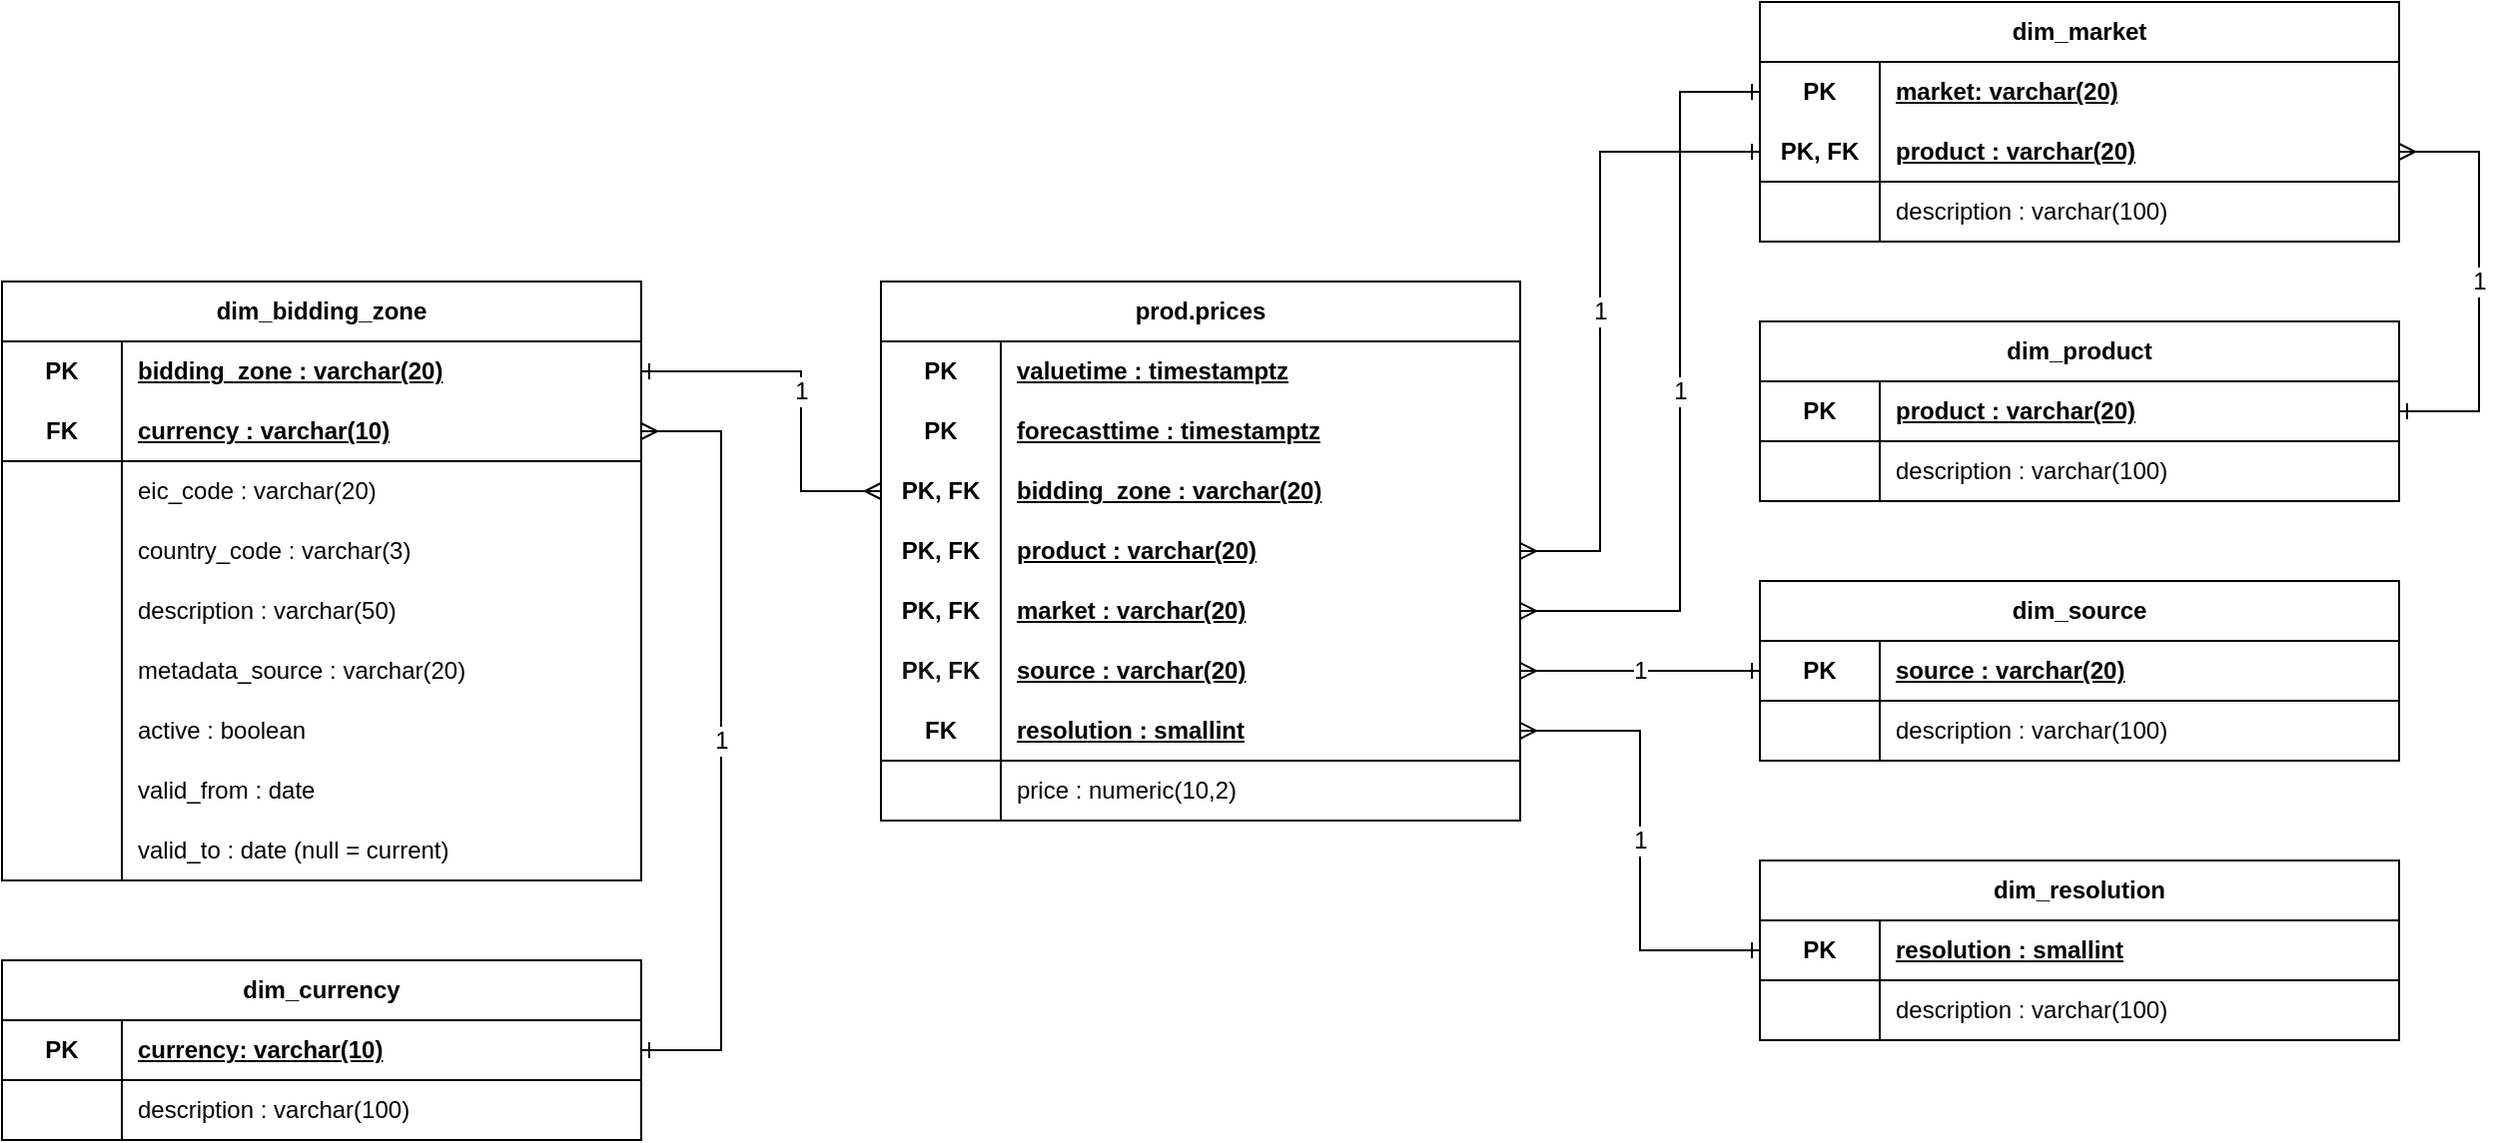
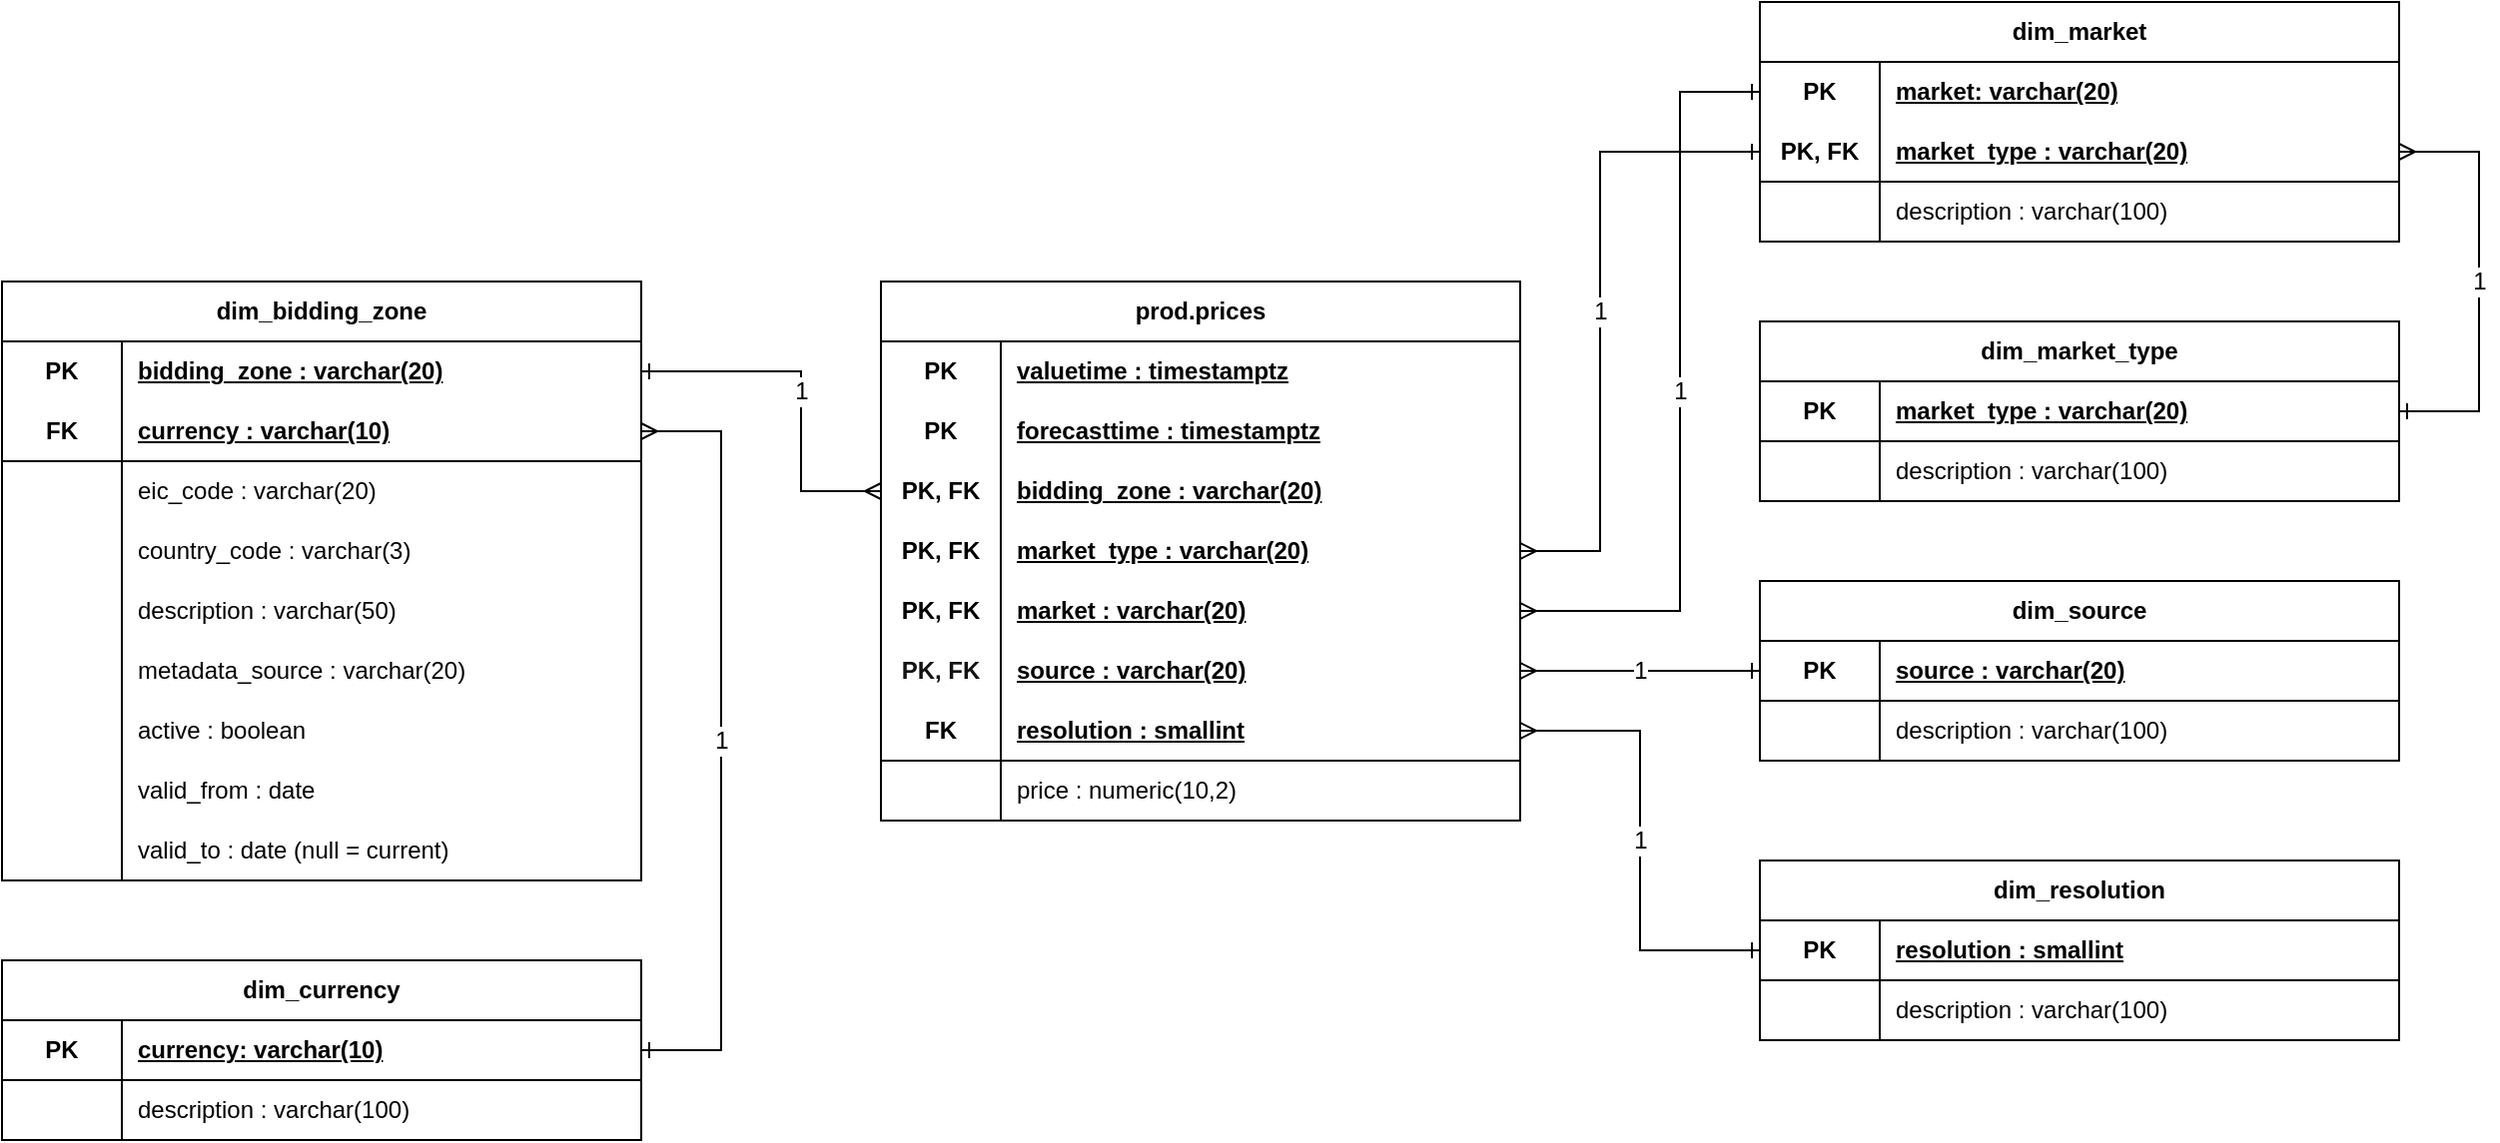
<mxfile host="65bd71144e">
    <diagram id="id-tables-design" name="ID Tables Design">
        <mxGraphModel dx="1644" dy="948" grid="1" gridSize="10" guides="1" tooltips="1" connect="1" arrows="1" fold="1" page="1" pageScale="1" pageWidth="1600" pageHeight="1100" math="0" shadow="0">
            <root>
                <mxCell id="0"/>
                <mxCell id="1" parent="0"/>
                <mxCell id="edge_bz" value="1" style="edgeStyle=orthogonalEdgeStyle;fontSize=12;html=1;endArrow=ERmany;startArrow=ERone;rounded=0;exitX=1;exitY=0.5;exitDx=0;exitDy=0;entryX=0;entryY=0.5;entryDx=0;entryDy=0;" parent="1" source="56TSn9BIdWG9HneFRk6m-61" target="56TSn9BIdWG9HneFRk6m-48" edge="1">
                    <mxGeometry relative="1" as="geometry">
                        <mxPoint x="360" y="-410" as="sourcePoint"/>
                        <mxPoint x="560" y="-171.79999999999995" as="targetPoint"/>
                        <Array as="points">
                            <mxPoint x="560" y="425"/>
                            <mxPoint x="560" y="485"/>
                        </Array>
                    </mxGeometry>
                </mxCell>
                <mxCell id="edge_prod_composite" value="1" style="edgeStyle=orthogonalEdgeStyle;fontSize=12;html=1;endArrow=ERmany;startArrow=ERone;rounded=0;exitX=0;exitY=0.5;exitDx=0;exitDy=0;entryX=1;entryY=0.5;entryDx=0;entryDy=0;" parent="1" source="56TSn9BIdWG9HneFRk6m-99" target="56TSn9BIdWG9HneFRk6m-51" edge="1">
                    <mxGeometry relative="1" as="geometry">
                        <Array as="points">
                            <mxPoint x="960" y="315"/>
                            <mxPoint x="960" y="515"/>
                        </Array>
                    </mxGeometry>
                </mxCell>
                <mxCell id="edge_market" value="1" style="fontSize=12;html=1;endArrow=ERmany;startArrow=ERone;rounded=0;exitX=0;exitY=0.5;exitDx=0;exitDy=0;edgeStyle=orthogonalEdgeStyle;entryX=1;entryY=0.5;entryDx=0;entryDy=0;" parent="1" source="56TSn9BIdWG9HneFRk6m-96" target="56TSn9BIdWG9HneFRk6m-2" edge="1">
                    <mxGeometry relative="1" as="geometry">
                        <Array as="points">
                            <mxPoint x="1000" y="285"/>
                            <mxPoint x="1000" y="545"/>
                        </Array>
                    </mxGeometry>
                </mxCell>
                <mxCell id="edge_source" value="1" style="edgeStyle=orthogonalEdgeStyle;fontSize=12;html=1;endArrow=ERmany;startArrow=ERone;rounded=0;exitX=0;exitY=0.5;exitDx=0;exitDy=0;entryX=1;entryY=0.5;entryDx=0;entryDy=0;" parent="1" source="56TSn9BIdWG9HneFRk6m-109" target="17" edge="1">
                    <mxGeometry relative="1" as="geometry"/>
                </mxCell>
                <mxCell id="edge_prod_market" value="1" style="edgeStyle=orthogonalEdgeStyle;fontSize=12;html=1;endArrow=ERmany;startArrow=ERone;rounded=0;exitX=1;exitY=0.5;exitDx=0;exitDy=0;entryX=1;entryY=0.5;entryDx=0;entryDy=0;" parent="1" source="56TSn9BIdWG9HneFRk6m-86" target="56TSn9BIdWG9HneFRk6m-99" edge="1">
                    <mxGeometry relative="1" as="geometry">
                        <Array as="points">
                            <mxPoint x="1400" y="445"/>
                            <mxPoint x="1400" y="315"/>
                        </Array>
                    </mxGeometry>
                </mxCell>
                <mxCell id="56TSn9BIdWG9HneFRk6m-1" value="prod.prices" style="shape=table;startSize=30;container=1;collapsible=1;childLayout=tableLayout;fixedRows=1;rowLines=0;fontStyle=1;align=center;resizeLast=1;html=1;whiteSpace=wrap;" parent="1" vertex="1">
                    <mxGeometry x="600" y="380" width="320" height="270" as="geometry"/>
                </mxCell>
                <mxCell id="56TSn9BIdWG9HneFRk6m-42" style="shape=tableRow;horizontal=0;startSize=0;swimlaneHead=0;swimlaneBody=0;fillColor=none;collapsible=0;dropTarget=0;points=[[0,0.5],[1,0.5]];portConstraint=eastwest;top=0;left=0;right=0;bottom=0;html=1;" parent="56TSn9BIdWG9HneFRk6m-1" vertex="1">
                    <mxGeometry y="30" width="320" height="30" as="geometry"/>
                </mxCell>
                <mxCell id="56TSn9BIdWG9HneFRk6m-43" value="PK" style="shape=partialRectangle;connectable=0;fillColor=none;top=0;left=0;bottom=0;right=0;fontStyle=1;overflow=hidden;html=1;whiteSpace=wrap;" parent="56TSn9BIdWG9HneFRk6m-42" vertex="1">
                    <mxGeometry width="60" height="30" as="geometry">
                        <mxRectangle width="60" height="30" as="alternateBounds"/>
                    </mxGeometry>
                </mxCell>
                <mxCell id="56TSn9BIdWG9HneFRk6m-44" value="valuetime : timestamptz" style="shape=partialRectangle;connectable=0;fillColor=none;top=0;left=0;bottom=0;right=0;align=left;spacingLeft=6;fontStyle=5;overflow=hidden;html=1;whiteSpace=wrap;" parent="56TSn9BIdWG9HneFRk6m-42" vertex="1">
                    <mxGeometry x="60" width="260" height="30" as="geometry">
                        <mxRectangle width="260" height="30" as="alternateBounds"/>
                    </mxGeometry>
                </mxCell>
                <mxCell id="56TSn9BIdWG9HneFRk6m-45" style="shape=tableRow;horizontal=0;startSize=0;swimlaneHead=0;swimlaneBody=0;fillColor=none;collapsible=0;dropTarget=0;points=[[0,0.5],[1,0.5]];portConstraint=eastwest;top=0;left=0;right=0;bottom=0;html=1;" parent="56TSn9BIdWG9HneFRk6m-1" vertex="1">
                    <mxGeometry y="60" width="320" height="30" as="geometry"/>
                </mxCell>
                <mxCell id="56TSn9BIdWG9HneFRk6m-46" value="PK" style="shape=partialRectangle;connectable=0;fillColor=none;top=0;left=0;bottom=0;right=0;fontStyle=1;overflow=hidden;html=1;whiteSpace=wrap;" parent="56TSn9BIdWG9HneFRk6m-45" vertex="1">
                    <mxGeometry width="60" height="30" as="geometry">
                        <mxRectangle width="60" height="30" as="alternateBounds"/>
                    </mxGeometry>
                </mxCell>
                <mxCell id="56TSn9BIdWG9HneFRk6m-47" value="forecasttime : timestamptz" style="shape=partialRectangle;connectable=0;fillColor=none;top=0;left=0;bottom=0;right=0;align=left;spacingLeft=6;fontStyle=5;overflow=hidden;html=1;whiteSpace=wrap;" parent="56TSn9BIdWG9HneFRk6m-45" vertex="1">
                    <mxGeometry x="60" width="260" height="30" as="geometry">
                        <mxRectangle width="260" height="30" as="alternateBounds"/>
                    </mxGeometry>
                </mxCell>
                <mxCell id="56TSn9BIdWG9HneFRk6m-48" style="shape=tableRow;horizontal=0;startSize=0;swimlaneHead=0;swimlaneBody=0;fillColor=none;collapsible=0;dropTarget=0;points=[[0,0.5],[1,0.5]];portConstraint=eastwest;top=0;left=0;right=0;bottom=0;html=1;" parent="56TSn9BIdWG9HneFRk6m-1" vertex="1">
                    <mxGeometry y="90" width="320" height="30" as="geometry"/>
                </mxCell>
                <mxCell id="56TSn9BIdWG9HneFRk6m-49" value="PK, FK" style="shape=partialRectangle;connectable=0;fillColor=none;top=0;left=0;bottom=0;right=0;fontStyle=1;overflow=hidden;html=1;whiteSpace=wrap;" parent="56TSn9BIdWG9HneFRk6m-48" vertex="1">
                    <mxGeometry width="60" height="30" as="geometry">
                        <mxRectangle width="60" height="30" as="alternateBounds"/>
                    </mxGeometry>
                </mxCell>
                <mxCell id="56TSn9BIdWG9HneFRk6m-50" value="bidding_zone : varchar(20)" style="shape=partialRectangle;connectable=0;fillColor=none;top=0;left=0;bottom=0;right=0;align=left;spacingLeft=6;fontStyle=5;overflow=hidden;html=1;whiteSpace=wrap;" parent="56TSn9BIdWG9HneFRk6m-48" vertex="1">
                    <mxGeometry x="60" width="260" height="30" as="geometry">
                        <mxRectangle width="260" height="30" as="alternateBounds"/>
                    </mxGeometry>
                </mxCell>
                <mxCell id="56TSn9BIdWG9HneFRk6m-51" style="shape=tableRow;horizontal=0;startSize=0;swimlaneHead=0;swimlaneBody=0;fillColor=none;collapsible=0;dropTarget=0;points=[[0,0.5],[1,0.5]];portConstraint=eastwest;top=0;left=0;right=0;bottom=0;html=1;" parent="56TSn9BIdWG9HneFRk6m-1" vertex="1">
                    <mxGeometry y="120" width="320" height="30" as="geometry"/>
                </mxCell>
                <mxCell id="56TSn9BIdWG9HneFRk6m-52" value="PK, FK" style="shape=partialRectangle;connectable=0;fillColor=none;top=0;left=0;bottom=0;right=0;fontStyle=1;overflow=hidden;html=1;whiteSpace=wrap;" parent="56TSn9BIdWG9HneFRk6m-51" vertex="1">
                    <mxGeometry width="60" height="30" as="geometry">
                        <mxRectangle width="60" height="30" as="alternateBounds"/>
                    </mxGeometry>
                </mxCell>
-                 <mxCell id="56TSn9BIdWG9HneFRk6m-53" value="product : varchar(20)" style="shape=partialRectangle;connectable=0;fillColor=none;top=0;left=0;bottom=0;right=0;align=left;spacingLeft=6;fontStyle=5;overflow=hidden;html=1;whiteSpace=wrap;" parent="56TSn9BIdWG9HneFRk6m-51" vertex="1">
+                 <mxCell id="56TSn9BIdWG9HneFRk6m-53" value="market_type : varchar(20)" style="shape=partialRectangle;connectable=0;fillColor=none;top=0;left=0;bottom=0;right=0;align=left;spacingLeft=6;fontStyle=5;overflow=hidden;html=1;whiteSpace=wrap;" parent="56TSn9BIdWG9HneFRk6m-51" vertex="1">
                    <mxGeometry x="60" width="260" height="30" as="geometry">
                        <mxRectangle width="260" height="30" as="alternateBounds"/>
                    </mxGeometry>
                </mxCell>
                <mxCell id="56TSn9BIdWG9HneFRk6m-2" value="" style="shape=tableRow;horizontal=0;startSize=0;swimlaneHead=0;swimlaneBody=0;fillColor=none;collapsible=0;dropTarget=0;points=[[0,0.5],[1,0.5]];portConstraint=eastwest;top=0;left=0;right=0;bottom=0;html=1;" parent="56TSn9BIdWG9HneFRk6m-1" vertex="1">
                    <mxGeometry y="150" width="320" height="30" as="geometry"/>
                </mxCell>
                <mxCell id="56TSn9BIdWG9HneFRk6m-3" value="PK, FK" style="shape=partialRectangle;connectable=0;fillColor=none;top=0;left=0;bottom=0;right=0;fontStyle=1;overflow=hidden;html=1;whiteSpace=wrap;" parent="56TSn9BIdWG9HneFRk6m-2" vertex="1">
                    <mxGeometry width="60" height="30" as="geometry">
                        <mxRectangle width="60" height="30" as="alternateBounds"/>
                    </mxGeometry>
                </mxCell>
                <mxCell id="56TSn9BIdWG9HneFRk6m-4" value="market : varchar(20)" style="shape=partialRectangle;connectable=0;fillColor=none;top=0;left=0;bottom=0;right=0;align=left;spacingLeft=6;fontStyle=5;overflow=hidden;html=1;whiteSpace=wrap;" parent="56TSn9BIdWG9HneFRk6m-2" vertex="1">
                    <mxGeometry x="60" width="260" height="30" as="geometry">
                        <mxRectangle width="260" height="30" as="alternateBounds"/>
                    </mxGeometry>
                </mxCell>
                <mxCell id="17" style="shape=tableRow;horizontal=0;startSize=0;swimlaneHead=0;swimlaneBody=0;fillColor=none;collapsible=0;dropTarget=0;points=[[0,0.5],[1,0.5]];portConstraint=eastwest;top=0;left=0;right=0;bottom=0;html=1;" parent="56TSn9BIdWG9HneFRk6m-1" vertex="1">
                    <mxGeometry y="180" width="320" height="30" as="geometry"/>
                </mxCell>
                <mxCell id="18" value="&lt;font color=&quot;#121212&quot;&gt;PK, FK&lt;/font&gt;" style="shape=partialRectangle;connectable=0;fillColor=none;top=0;left=0;bottom=0;right=0;fontStyle=1;overflow=hidden;html=1;whiteSpace=wrap;" parent="17" vertex="1">
                    <mxGeometry width="60" height="30" as="geometry">
                        <mxRectangle width="60" height="30" as="alternateBounds"/>
                    </mxGeometry>
                </mxCell>
                <mxCell id="19" value="source : varchar(20)" style="shape=partialRectangle;connectable=0;fillColor=none;top=0;left=0;bottom=0;right=0;align=left;spacingLeft=6;fontStyle=5;overflow=hidden;html=1;whiteSpace=wrap;" parent="17" vertex="1">
                    <mxGeometry x="60" width="260" height="30" as="geometry">
                        <mxRectangle width="260" height="30" as="alternateBounds"/>
                    </mxGeometry>
                </mxCell>
                <mxCell id="20" style="shape=tableRow;horizontal=0;startSize=0;swimlaneHead=0;swimlaneBody=0;fillColor=none;collapsible=0;dropTarget=0;points=[[0,0.5],[1,0.5]];portConstraint=eastwest;top=0;left=0;right=0;bottom=1;html=1;" parent="56TSn9BIdWG9HneFRk6m-1" vertex="1">
                    <mxGeometry y="210" width="320" height="30" as="geometry"/>
                </mxCell>
                <mxCell id="21" value="FK" style="shape=partialRectangle;connectable=0;fillColor=none;top=0;left=0;bottom=0;right=0;fontStyle=1;overflow=hidden;html=1;whiteSpace=wrap;" parent="20" vertex="1">
                    <mxGeometry width="60" height="30" as="geometry">
                        <mxRectangle width="60" height="30" as="alternateBounds"/>
                    </mxGeometry>
                </mxCell>
                <mxCell id="22" value="resolution : smallint" style="shape=partialRectangle;connectable=0;fillColor=none;top=0;left=0;bottom=0;right=0;align=left;spacingLeft=6;fontStyle=5;overflow=hidden;html=1;whiteSpace=wrap;" parent="20" vertex="1">
                    <mxGeometry x="60" width="260" height="30" as="geometry">
                        <mxRectangle width="260" height="30" as="alternateBounds"/>
                    </mxGeometry>
                </mxCell>
                <mxCell id="56TSn9BIdWG9HneFRk6m-54" style="shape=tableRow;horizontal=0;startSize=0;swimlaneHead=0;swimlaneBody=0;fillColor=none;collapsible=0;dropTarget=0;points=[[0,0.5],[1,0.5]];portConstraint=eastwest;top=0;left=0;right=0;bottom=0;html=1;" parent="56TSn9BIdWG9HneFRk6m-1" vertex="1">
                    <mxGeometry y="240" width="320" height="30" as="geometry"/>
                </mxCell>
                <mxCell id="56TSn9BIdWG9HneFRk6m-55" style="shape=partialRectangle;connectable=0;fillColor=none;top=0;left=0;bottom=0;right=0;editable=1;overflow=hidden;html=1;whiteSpace=wrap;" parent="56TSn9BIdWG9HneFRk6m-54" vertex="1">
                    <mxGeometry width="60" height="30" as="geometry">
                        <mxRectangle width="60" height="30" as="alternateBounds"/>
                    </mxGeometry>
                </mxCell>
                <mxCell id="56TSn9BIdWG9HneFRk6m-56" value="price : numeric(10,2)" style="shape=partialRectangle;connectable=0;fillColor=none;top=0;left=0;bottom=0;right=0;align=left;spacingLeft=6;overflow=hidden;html=1;whiteSpace=wrap;" parent="56TSn9BIdWG9HneFRk6m-54" vertex="1">
                    <mxGeometry x="60" width="260" height="30" as="geometry">
                        <mxRectangle width="260" height="30" as="alternateBounds"/>
                    </mxGeometry>
                </mxCell>
                <mxCell id="56TSn9BIdWG9HneFRk6m-57" value="dim_bidding_zone" style="shape=table;startSize=30;container=1;collapsible=1;childLayout=tableLayout;fixedRows=1;rowLines=0;fontStyle=1;align=center;resizeLast=1;html=1;whiteSpace=wrap;" parent="1" vertex="1">
                    <mxGeometry x="160" y="380" width="320" height="300" as="geometry"/>
                </mxCell>
                <mxCell id="56TSn9BIdWG9HneFRk6m-61" value="" style="shape=tableRow;horizontal=0;startSize=0;swimlaneHead=0;swimlaneBody=0;fillColor=none;collapsible=0;dropTarget=0;points=[[0,0.5],[1,0.5]];portConstraint=eastwest;top=0;left=0;right=0;bottom=0;html=1;" parent="56TSn9BIdWG9HneFRk6m-57" vertex="1">
                    <mxGeometry y="30" width="320" height="30" as="geometry"/>
                </mxCell>
                <mxCell id="56TSn9BIdWG9HneFRk6m-62" value="PK" style="shape=partialRectangle;connectable=0;fillColor=none;top=0;left=0;bottom=0;right=0;fontStyle=1;overflow=hidden;html=1;whiteSpace=wrap;" parent="56TSn9BIdWG9HneFRk6m-61" vertex="1">
                    <mxGeometry width="60" height="30" as="geometry">
                        <mxRectangle width="60" height="30" as="alternateBounds"/>
                    </mxGeometry>
                </mxCell>
                <mxCell id="56TSn9BIdWG9HneFRk6m-63" value="bidding_zone : varchar(20)" style="shape=partialRectangle;connectable=0;fillColor=none;top=0;left=0;bottom=0;right=0;align=left;spacingLeft=6;fontStyle=5;overflow=hidden;html=1;whiteSpace=wrap;" parent="56TSn9BIdWG9HneFRk6m-61" vertex="1">
                    <mxGeometry x="60" width="260" height="30" as="geometry">
                        <mxRectangle width="260" height="30" as="alternateBounds"/>
                    </mxGeometry>
                </mxCell>
                <mxCell id="dbz_row_currency" style="shape=tableRow;horizontal=0;startSize=0;swimlaneHead=0;swimlaneBody=0;fillColor=none;collapsible=0;dropTarget=0;points=[[0,0.5],[1,0.5]];portConstraint=eastwest;top=0;left=0;right=0;bottom=1;html=1;" parent="56TSn9BIdWG9HneFRk6m-57" vertex="1">
                    <mxGeometry y="60" width="320" height="30" as="geometry"/>
                </mxCell>
                <mxCell id="dbz_fk_currency" value="FK" style="shape=partialRectangle;connectable=0;fillColor=none;top=0;left=0;bottom=0;right=0;fontStyle=1;overflow=hidden;html=1;whiteSpace=wrap;" parent="dbz_row_currency" vertex="1">
                    <mxGeometry width="60" height="30" as="geometry">
                        <mxRectangle width="60" height="30" as="alternateBounds"/>
                    </mxGeometry>
                </mxCell>
                <mxCell id="dbz_val_currency" value="currency : varchar(10)" style="shape=partialRectangle;connectable=0;fillColor=none;top=0;left=0;bottom=0;right=0;align=left;spacingLeft=6;fontStyle=5;overflow=hidden;html=1;whiteSpace=wrap;" parent="dbz_row_currency" vertex="1">
                    <mxGeometry x="60" width="260" height="30" as="geometry">
                        <mxRectangle width="260" height="30" as="alternateBounds"/>
                    </mxGeometry>
                </mxCell>
                <mxCell id="dbz_row_valid_from" style="shape=tableRow;horizontal=0;startSize=0;swimlaneHead=0;swimlaneBody=0;fillColor=none;collapsible=0;dropTarget=0;points=[[0,0.5],[1,0.5]];portConstraint=eastwest;top=0;left=0;right=0;bottom=0;html=1;" parent="56TSn9BIdWG9HneFRk6m-57" vertex="1">
                    <mxGeometry y="90" width="320" height="30" as="geometry"/>
                </mxCell>
                <mxCell id="dbz_lbl_valid_from" value="" style="shape=partialRectangle;connectable=0;fillColor=none;top=0;left=0;bottom=0;right=0;editable=1;overflow=hidden;html=1;whiteSpace=wrap;" parent="dbz_row_valid_from" vertex="1">
                    <mxGeometry width="60" height="30" as="geometry">
                        <mxRectangle width="60" height="30" as="alternateBounds"/>
                    </mxGeometry>
                </mxCell>
                <mxCell id="dbz_val_valid_from" value="eic_code : varchar(20)" style="shape=partialRectangle;connectable=0;fillColor=none;top=0;left=0;bottom=0;right=0;align=left;spacingLeft=6;overflow=hidden;html=1;whiteSpace=wrap;" parent="dbz_row_valid_from" vertex="1">
                    <mxGeometry x="60" width="260" height="30" as="geometry">
                        <mxRectangle width="260" height="30" as="alternateBounds"/>
                    </mxGeometry>
                </mxCell>
                <mxCell id="43" style="shape=tableRow;horizontal=0;startSize=0;swimlaneHead=0;swimlaneBody=0;fillColor=none;collapsible=0;dropTarget=0;points=[[0,0.5],[1,0.5]];portConstraint=eastwest;top=0;left=0;right=0;bottom=0;html=1;" vertex="1" parent="56TSn9BIdWG9HneFRk6m-57">
                    <mxGeometry y="120" width="320" height="30" as="geometry"/>
                </mxCell>
                <mxCell id="44" style="shape=partialRectangle;connectable=0;fillColor=none;top=0;left=0;bottom=0;right=0;editable=1;overflow=hidden;html=1;whiteSpace=wrap;" vertex="1" parent="43">
                    <mxGeometry width="60" height="30" as="geometry">
                        <mxRectangle width="60" height="30" as="alternateBounds"/>
                    </mxGeometry>
                </mxCell>
                <mxCell id="45" value="country_code : varchar(3)" style="shape=partialRectangle;connectable=0;fillColor=none;top=0;left=0;bottom=0;right=0;align=left;spacingLeft=6;overflow=hidden;html=1;whiteSpace=wrap;" vertex="1" parent="43">
                    <mxGeometry x="60" width="260" height="30" as="geometry">
                        <mxRectangle width="260" height="30" as="alternateBounds"/>
                    </mxGeometry>
                </mxCell>
                <mxCell id="40" style="shape=tableRow;horizontal=0;startSize=0;swimlaneHead=0;swimlaneBody=0;fillColor=none;collapsible=0;dropTarget=0;points=[[0,0.5],[1,0.5]];portConstraint=eastwest;top=0;left=0;right=0;bottom=0;html=1;" vertex="1" parent="56TSn9BIdWG9HneFRk6m-57">
                    <mxGeometry y="150" width="320" height="30" as="geometry"/>
                </mxCell>
                <mxCell id="41" style="shape=partialRectangle;connectable=0;fillColor=none;top=0;left=0;bottom=0;right=0;editable=1;overflow=hidden;html=1;whiteSpace=wrap;" vertex="1" parent="40">
                    <mxGeometry width="60" height="30" as="geometry">
                        <mxRectangle width="60" height="30" as="alternateBounds"/>
                    </mxGeometry>
                </mxCell>
                <mxCell id="42" value="description : varchar(50)" style="shape=partialRectangle;connectable=0;fillColor=none;top=0;left=0;bottom=0;right=0;align=left;spacingLeft=6;overflow=hidden;html=1;whiteSpace=wrap;" vertex="1" parent="40">
                    <mxGeometry x="60" width="260" height="30" as="geometry">
                        <mxRectangle width="260" height="30" as="alternateBounds"/>
                    </mxGeometry>
                </mxCell>
                <mxCell id="37" style="shape=tableRow;horizontal=0;startSize=0;swimlaneHead=0;swimlaneBody=0;fillColor=none;collapsible=0;dropTarget=0;points=[[0,0.5],[1,0.5]];portConstraint=eastwest;top=0;left=0;right=0;bottom=0;html=1;" vertex="1" parent="56TSn9BIdWG9HneFRk6m-57">
                    <mxGeometry y="180" width="320" height="30" as="geometry"/>
                </mxCell>
                <mxCell id="38" style="shape=partialRectangle;connectable=0;fillColor=none;top=0;left=0;bottom=0;right=0;editable=1;overflow=hidden;html=1;whiteSpace=wrap;" vertex="1" parent="37">
                    <mxGeometry width="60" height="30" as="geometry">
                        <mxRectangle width="60" height="30" as="alternateBounds"/>
                    </mxGeometry>
                </mxCell>
                <mxCell id="39" value="metadata_source : varchar(20)" style="shape=partialRectangle;connectable=0;fillColor=none;top=0;left=0;bottom=0;right=0;align=left;spacingLeft=6;overflow=hidden;html=1;whiteSpace=wrap;" vertex="1" parent="37">
                    <mxGeometry x="60" width="260" height="30" as="geometry">
                        <mxRectangle width="260" height="30" as="alternateBounds"/>
                    </mxGeometry>
                </mxCell>
                <mxCell id="34" style="shape=tableRow;horizontal=0;startSize=0;swimlaneHead=0;swimlaneBody=0;fillColor=none;collapsible=0;dropTarget=0;points=[[0,0.5],[1,0.5]];portConstraint=eastwest;top=0;left=0;right=0;bottom=0;html=1;" vertex="1" parent="56TSn9BIdWG9HneFRk6m-57">
                    <mxGeometry y="210" width="320" height="30" as="geometry"/>
                </mxCell>
                <mxCell id="35" style="shape=partialRectangle;connectable=0;fillColor=none;top=0;left=0;bottom=0;right=0;editable=1;overflow=hidden;html=1;whiteSpace=wrap;" vertex="1" parent="34">
                    <mxGeometry width="60" height="30" as="geometry">
                        <mxRectangle width="60" height="30" as="alternateBounds"/>
                    </mxGeometry>
                </mxCell>
                <mxCell id="36" value="active : boolean" style="shape=partialRectangle;connectable=0;fillColor=none;top=0;left=0;bottom=0;right=0;align=left;spacingLeft=6;overflow=hidden;html=1;whiteSpace=wrap;" vertex="1" parent="34">
                    <mxGeometry x="60" width="260" height="30" as="geometry">
                        <mxRectangle width="260" height="30" as="alternateBounds"/>
                    </mxGeometry>
                </mxCell>
                <mxCell id="31" style="shape=tableRow;horizontal=0;startSize=0;swimlaneHead=0;swimlaneBody=0;fillColor=none;collapsible=0;dropTarget=0;points=[[0,0.5],[1,0.5]];portConstraint=eastwest;top=0;left=0;right=0;bottom=0;html=1;" vertex="1" parent="56TSn9BIdWG9HneFRk6m-57">
                    <mxGeometry y="240" width="320" height="30" as="geometry"/>
                </mxCell>
                <mxCell id="32" style="shape=partialRectangle;connectable=0;fillColor=none;top=0;left=0;bottom=0;right=0;editable=1;overflow=hidden;html=1;whiteSpace=wrap;" vertex="1" parent="31">
                    <mxGeometry width="60" height="30" as="geometry">
                        <mxRectangle width="60" height="30" as="alternateBounds"/>
                    </mxGeometry>
                </mxCell>
                <mxCell id="33" value="valid_from : date" style="shape=partialRectangle;connectable=0;fillColor=none;top=0;left=0;bottom=0;right=0;align=left;spacingLeft=6;overflow=hidden;html=1;whiteSpace=wrap;" vertex="1" parent="31">
                    <mxGeometry x="60" width="260" height="30" as="geometry">
                        <mxRectangle width="260" height="30" as="alternateBounds"/>
                    </mxGeometry>
                </mxCell>
                <mxCell id="dbz_row_valid_to" style="shape=tableRow;horizontal=0;startSize=0;swimlaneHead=0;swimlaneBody=0;fillColor=none;collapsible=0;dropTarget=0;points=[[0,0.5],[1,0.5]];portConstraint=eastwest;top=0;left=0;right=0;bottom=0;html=1;" parent="56TSn9BIdWG9HneFRk6m-57" vertex="1">
                    <mxGeometry y="270" width="320" height="30" as="geometry"/>
                </mxCell>
                <mxCell id="dbz_lbl_valid_to" value="" style="shape=partialRectangle;connectable=0;fillColor=none;top=0;left=0;bottom=0;right=0;editable=1;overflow=hidden;html=1;whiteSpace=wrap;" parent="dbz_row_valid_to" vertex="1">
                    <mxGeometry width="60" height="30" as="geometry">
                        <mxRectangle width="60" height="30" as="alternateBounds"/>
                    </mxGeometry>
                </mxCell>
                <mxCell id="dbz_val_valid_to" value="valid_to : date (null = current)" style="shape=partialRectangle;connectable=0;fillColor=none;top=0;left=0;bottom=0;right=0;align=left;spacingLeft=6;overflow=hidden;html=1;whiteSpace=wrap;" parent="dbz_row_valid_to" vertex="1">
                    <mxGeometry x="60" width="260" height="30" as="geometry">
                        <mxRectangle width="260" height="30" as="alternateBounds"/>
                    </mxGeometry>
                </mxCell>
-                 <mxCell id="56TSn9BIdWG9HneFRk6m-82" value="dim_product" style="shape=table;startSize=30;container=1;collapsible=1;childLayout=tableLayout;fixedRows=1;rowLines=0;fontStyle=1;align=center;resizeLast=1;html=1;whiteSpace=wrap;" parent="1" vertex="1">
+                 <mxCell id="56TSn9BIdWG9HneFRk6m-82" value="dim_market_type" style="shape=table;startSize=30;container=1;collapsible=1;childLayout=tableLayout;fixedRows=1;rowLines=0;fontStyle=1;align=center;resizeLast=1;html=1;whiteSpace=wrap;" parent="1" vertex="1">
                    <mxGeometry x="1040" y="400" width="320" height="90" as="geometry"/>
                </mxCell>
                <mxCell id="56TSn9BIdWG9HneFRk6m-86" value="" style="shape=tableRow;horizontal=0;startSize=0;swimlaneHead=0;swimlaneBody=0;fillColor=none;collapsible=0;dropTarget=0;points=[[0,0.5],[1,0.5]];portConstraint=eastwest;top=0;left=0;right=0;bottom=1;html=1;" parent="56TSn9BIdWG9HneFRk6m-82" vertex="1">
                    <mxGeometry y="30" width="320" height="30" as="geometry"/>
                </mxCell>
                <mxCell id="56TSn9BIdWG9HneFRk6m-87" value="PK" style="shape=partialRectangle;connectable=0;fillColor=none;top=0;left=0;bottom=0;right=0;fontStyle=1;overflow=hidden;html=1;whiteSpace=wrap;" parent="56TSn9BIdWG9HneFRk6m-86" vertex="1">
                    <mxGeometry width="60" height="30" as="geometry">
                        <mxRectangle width="60" height="30" as="alternateBounds"/>
                    </mxGeometry>
                </mxCell>
-                 <mxCell id="56TSn9BIdWG9HneFRk6m-88" value="product : varchar(20)" style="shape=partialRectangle;connectable=0;fillColor=none;top=0;left=0;bottom=0;right=0;align=left;spacingLeft=6;fontStyle=5;overflow=hidden;html=1;whiteSpace=wrap;" parent="56TSn9BIdWG9HneFRk6m-86" vertex="1">
+                 <mxCell id="56TSn9BIdWG9HneFRk6m-88" value="market_type : varchar(20)" style="shape=partialRectangle;connectable=0;fillColor=none;top=0;left=0;bottom=0;right=0;align=left;spacingLeft=6;fontStyle=5;overflow=hidden;html=1;whiteSpace=wrap;" parent="56TSn9BIdWG9HneFRk6m-86" vertex="1">
                    <mxGeometry x="60" width="260" height="30" as="geometry">
                        <mxRectangle width="260" height="30" as="alternateBounds"/>
                    </mxGeometry>
                </mxCell>
                <mxCell id="56TSn9BIdWG9HneFRk6m-89" value="" style="shape=tableRow;horizontal=0;startSize=0;swimlaneHead=0;swimlaneBody=0;fillColor=none;collapsible=0;dropTarget=0;points=[[0,0.5],[1,0.5]];portConstraint=eastwest;top=0;left=0;right=0;bottom=0;html=1;" parent="56TSn9BIdWG9HneFRk6m-82" vertex="1">
                    <mxGeometry y="60" width="320" height="30" as="geometry"/>
                </mxCell>
                <mxCell id="56TSn9BIdWG9HneFRk6m-90" value="" style="shape=partialRectangle;connectable=0;fillColor=none;top=0;left=0;bottom=0;right=0;editable=1;overflow=hidden;html=1;whiteSpace=wrap;" parent="56TSn9BIdWG9HneFRk6m-89" vertex="1">
                    <mxGeometry width="60" height="30" as="geometry">
                        <mxRectangle width="60" height="30" as="alternateBounds"/>
                    </mxGeometry>
                </mxCell>
                <mxCell id="56TSn9BIdWG9HneFRk6m-91" value="&lt;span style=&quot;white-space: nowrap;&quot;&gt;description : varchar(100)&lt;/span&gt;" style="shape=partialRectangle;connectable=0;fillColor=none;top=0;left=0;bottom=0;right=0;align=left;spacingLeft=6;overflow=hidden;html=1;whiteSpace=wrap;" parent="56TSn9BIdWG9HneFRk6m-89" vertex="1">
                    <mxGeometry x="60" width="260" height="30" as="geometry">
                        <mxRectangle width="260" height="30" as="alternateBounds"/>
                    </mxGeometry>
                </mxCell>
                <mxCell id="56TSn9BIdWG9HneFRk6m-95" value="dim_market" style="shape=table;startSize=30;container=1;collapsible=1;childLayout=tableLayout;fixedRows=1;rowLines=0;fontStyle=1;align=center;resizeLast=1;html=1;whiteSpace=wrap;" parent="1" vertex="1">
                    <mxGeometry x="1040" y="240" width="320" height="120" as="geometry"/>
                </mxCell>
                <mxCell id="56TSn9BIdWG9HneFRk6m-96" value="" style="shape=tableRow;horizontal=0;startSize=0;swimlaneHead=0;swimlaneBody=0;fillColor=none;collapsible=0;dropTarget=0;points=[[0,0.5],[1,0.5]];portConstraint=eastwest;top=0;left=0;right=0;bottom=0;html=1;" parent="56TSn9BIdWG9HneFRk6m-95" vertex="1">
                    <mxGeometry y="30" width="320" height="30" as="geometry"/>
                </mxCell>
                <mxCell id="56TSn9BIdWG9HneFRk6m-97" value="PK" style="shape=partialRectangle;connectable=0;fillColor=none;top=0;left=0;bottom=0;right=0;fontStyle=1;overflow=hidden;html=1;whiteSpace=wrap;" parent="56TSn9BIdWG9HneFRk6m-96" vertex="1">
                    <mxGeometry width="60" height="30" as="geometry">
                        <mxRectangle width="60" height="30" as="alternateBounds"/>
                    </mxGeometry>
                </mxCell>
                <mxCell id="56TSn9BIdWG9HneFRk6m-98" value="market: varchar(20)" style="shape=partialRectangle;connectable=0;fillColor=none;top=0;left=0;bottom=0;right=0;align=left;spacingLeft=6;fontStyle=5;overflow=hidden;html=1;whiteSpace=wrap;" parent="56TSn9BIdWG9HneFRk6m-96" vertex="1">
                    <mxGeometry x="60" width="260" height="30" as="geometry">
                        <mxRectangle width="260" height="30" as="alternateBounds"/>
                    </mxGeometry>
                </mxCell>
                <mxCell id="56TSn9BIdWG9HneFRk6m-99" value="" style="shape=tableRow;horizontal=0;startSize=0;swimlaneHead=0;swimlaneBody=0;fillColor=none;collapsible=0;dropTarget=0;points=[[0,0.5],[1,0.5]];portConstraint=eastwest;top=0;left=0;right=0;bottom=1;html=1;" parent="56TSn9BIdWG9HneFRk6m-95" vertex="1">
                    <mxGeometry y="60" width="320" height="30" as="geometry"/>
                </mxCell>
                <mxCell id="56TSn9BIdWG9HneFRk6m-100" value="PK, FK" style="shape=partialRectangle;connectable=0;fillColor=none;top=0;left=0;bottom=0;right=0;fontStyle=1;overflow=hidden;html=1;whiteSpace=wrap;" parent="56TSn9BIdWG9HneFRk6m-99" vertex="1">
                    <mxGeometry width="60" height="30" as="geometry">
                        <mxRectangle width="60" height="30" as="alternateBounds"/>
                    </mxGeometry>
                </mxCell>
-                 <mxCell id="56TSn9BIdWG9HneFRk6m-101" value="&lt;span style=&quot;white-space: nowrap;&quot;&gt;product : varchar(20)&lt;/span&gt;" style="shape=partialRectangle;connectable=0;fillColor=none;top=0;left=0;bottom=0;right=0;align=left;spacingLeft=6;fontStyle=5;overflow=hidden;html=1;whiteSpace=wrap;" parent="56TSn9BIdWG9HneFRk6m-99" vertex="1">
+                 <mxCell id="56TSn9BIdWG9HneFRk6m-101" value="&lt;span style=&quot;white-space: nowrap;&quot;&gt;market_type : varchar(20)&lt;/span&gt;" style="shape=partialRectangle;connectable=0;fillColor=none;top=0;left=0;bottom=0;right=0;align=left;spacingLeft=6;fontStyle=5;overflow=hidden;html=1;whiteSpace=wrap;" parent="56TSn9BIdWG9HneFRk6m-99" vertex="1">
                    <mxGeometry x="60" width="260" height="30" as="geometry">
                        <mxRectangle width="260" height="30" as="alternateBounds"/>
                    </mxGeometry>
                </mxCell>
                <mxCell id="56TSn9BIdWG9HneFRk6m-105" style="shape=tableRow;horizontal=0;startSize=0;swimlaneHead=0;swimlaneBody=0;fillColor=none;collapsible=0;dropTarget=0;points=[[0,0.5],[1,0.5]];portConstraint=eastwest;top=0;left=0;right=0;bottom=0;html=1;" parent="56TSn9BIdWG9HneFRk6m-95" vertex="1">
                    <mxGeometry y="90" width="320" height="30" as="geometry"/>
                </mxCell>
                <mxCell id="56TSn9BIdWG9HneFRk6m-106" style="shape=partialRectangle;connectable=0;fillColor=none;top=0;left=0;bottom=0;right=0;editable=1;overflow=hidden;html=1;whiteSpace=wrap;" parent="56TSn9BIdWG9HneFRk6m-105" vertex="1">
                    <mxGeometry width="60" height="30" as="geometry">
                        <mxRectangle width="60" height="30" as="alternateBounds"/>
                    </mxGeometry>
                </mxCell>
                <mxCell id="56TSn9BIdWG9HneFRk6m-107" value="&lt;span style=&quot;white-space: nowrap;&quot;&gt;description : varchar(100)&lt;/span&gt;" style="shape=partialRectangle;connectable=0;fillColor=none;top=0;left=0;bottom=0;right=0;align=left;spacingLeft=6;overflow=hidden;html=1;whiteSpace=wrap;" parent="56TSn9BIdWG9HneFRk6m-105" vertex="1">
                    <mxGeometry x="60" width="260" height="30" as="geometry">
                        <mxRectangle width="260" height="30" as="alternateBounds"/>
                    </mxGeometry>
                </mxCell>
                <mxCell id="56TSn9BIdWG9HneFRk6m-108" value="dim_source" style="shape=table;startSize=30;container=1;collapsible=1;childLayout=tableLayout;fixedRows=1;rowLines=0;fontStyle=1;align=center;resizeLast=1;html=1;whiteSpace=wrap;" parent="1" vertex="1">
                    <mxGeometry x="1040" y="530" width="320" height="90" as="geometry"/>
                </mxCell>
                <mxCell id="56TSn9BIdWG9HneFRk6m-109" value="" style="shape=tableRow;horizontal=0;startSize=0;swimlaneHead=0;swimlaneBody=0;fillColor=none;collapsible=0;dropTarget=0;points=[[0,0.5],[1,0.5]];portConstraint=eastwest;top=0;left=0;right=0;bottom=1;html=1;" parent="56TSn9BIdWG9HneFRk6m-108" vertex="1">
                    <mxGeometry y="30" width="320" height="30" as="geometry"/>
                </mxCell>
                <mxCell id="56TSn9BIdWG9HneFRk6m-110" value="PK" style="shape=partialRectangle;connectable=0;fillColor=none;top=0;left=0;bottom=0;right=0;fontStyle=1;overflow=hidden;html=1;whiteSpace=wrap;" parent="56TSn9BIdWG9HneFRk6m-109" vertex="1">
                    <mxGeometry width="60" height="30" as="geometry">
                        <mxRectangle width="60" height="30" as="alternateBounds"/>
                    </mxGeometry>
                </mxCell>
                <mxCell id="56TSn9BIdWG9HneFRk6m-111" value="source : varchar(20)" style="shape=partialRectangle;connectable=0;fillColor=none;top=0;left=0;bottom=0;right=0;align=left;spacingLeft=6;fontStyle=5;overflow=hidden;html=1;whiteSpace=wrap;" parent="56TSn9BIdWG9HneFRk6m-109" vertex="1">
                    <mxGeometry x="60" width="260" height="30" as="geometry">
                        <mxRectangle width="260" height="30" as="alternateBounds"/>
                    </mxGeometry>
                </mxCell>
                <mxCell id="56TSn9BIdWG9HneFRk6m-112" value="" style="shape=tableRow;horizontal=0;startSize=0;swimlaneHead=0;swimlaneBody=0;fillColor=none;collapsible=0;dropTarget=0;points=[[0,0.5],[1,0.5]];portConstraint=eastwest;top=0;left=0;right=0;bottom=0;html=1;" parent="56TSn9BIdWG9HneFRk6m-108" vertex="1">
                    <mxGeometry y="60" width="320" height="30" as="geometry"/>
                </mxCell>
                <mxCell id="56TSn9BIdWG9HneFRk6m-113" value="" style="shape=partialRectangle;connectable=0;fillColor=none;top=0;left=0;bottom=0;right=0;editable=1;overflow=hidden;html=1;whiteSpace=wrap;" parent="56TSn9BIdWG9HneFRk6m-112" vertex="1">
                    <mxGeometry width="60" height="30" as="geometry">
                        <mxRectangle width="60" height="30" as="alternateBounds"/>
                    </mxGeometry>
                </mxCell>
                <mxCell id="56TSn9BIdWG9HneFRk6m-114" value="&lt;span style=&quot;white-space: nowrap;&quot;&gt;description : varchar(100)&lt;/span&gt;" style="shape=partialRectangle;connectable=0;fillColor=none;top=0;left=0;bottom=0;right=0;align=left;spacingLeft=6;overflow=hidden;html=1;whiteSpace=wrap;" parent="56TSn9BIdWG9HneFRk6m-112" vertex="1">
                    <mxGeometry x="60" width="260" height="30" as="geometry">
                        <mxRectangle width="260" height="30" as="alternateBounds"/>
                    </mxGeometry>
                </mxCell>
                <mxCell id="3" value="dim_resolution" style="shape=table;startSize=30;container=1;collapsible=1;childLayout=tableLayout;fixedRows=1;rowLines=0;fontStyle=1;align=center;resizeLast=1;html=1;whiteSpace=wrap;" parent="1" vertex="1">
                    <mxGeometry x="1040" y="670" width="320" height="90" as="geometry"/>
                </mxCell>
                <mxCell id="4" value="" style="shape=tableRow;horizontal=0;startSize=0;swimlaneHead=0;swimlaneBody=0;fillColor=none;collapsible=0;dropTarget=0;points=[[0,0.5],[1,0.5]];portConstraint=eastwest;top=0;left=0;right=0;bottom=1;html=1;" parent="3" vertex="1">
                    <mxGeometry y="30" width="320" height="30" as="geometry"/>
                </mxCell>
                <mxCell id="5" value="PK" style="shape=partialRectangle;connectable=0;fillColor=none;top=0;left=0;bottom=0;right=0;fontStyle=1;overflow=hidden;html=1;whiteSpace=wrap;" parent="4" vertex="1">
                    <mxGeometry width="60" height="30" as="geometry">
                        <mxRectangle width="60" height="30" as="alternateBounds"/>
                    </mxGeometry>
                </mxCell>
                <mxCell id="6" value="resolution : smallint" style="shape=partialRectangle;connectable=0;fillColor=none;top=0;left=0;bottom=0;right=0;align=left;spacingLeft=6;fontStyle=5;overflow=hidden;html=1;whiteSpace=wrap;" parent="4" vertex="1">
                    <mxGeometry x="60" width="260" height="30" as="geometry">
                        <mxRectangle width="260" height="30" as="alternateBounds"/>
                    </mxGeometry>
                </mxCell>
                <mxCell id="7" value="" style="shape=tableRow;horizontal=0;startSize=0;swimlaneHead=0;swimlaneBody=0;fillColor=none;collapsible=0;dropTarget=0;points=[[0,0.5],[1,0.5]];portConstraint=eastwest;top=0;left=0;right=0;bottom=0;html=1;" parent="3" vertex="1">
                    <mxGeometry y="60" width="320" height="30" as="geometry"/>
                </mxCell>
                <mxCell id="8" value="" style="shape=partialRectangle;connectable=0;fillColor=none;top=0;left=0;bottom=0;right=0;editable=1;overflow=hidden;html=1;whiteSpace=wrap;" parent="7" vertex="1">
                    <mxGeometry width="60" height="30" as="geometry">
                        <mxRectangle width="60" height="30" as="alternateBounds"/>
                    </mxGeometry>
                </mxCell>
                <mxCell id="9" value="&lt;span style=&quot;white-space: nowrap;&quot;&gt;description : varchar(100)&lt;/span&gt;" style="shape=partialRectangle;connectable=0;fillColor=none;top=0;left=0;bottom=0;right=0;align=left;spacingLeft=6;overflow=hidden;html=1;whiteSpace=wrap;" parent="7" vertex="1">
                    <mxGeometry x="60" width="260" height="30" as="geometry">
                        <mxRectangle width="260" height="30" as="alternateBounds"/>
                    </mxGeometry>
                </mxCell>
                <mxCell id="10" value="1" style="edgeStyle=orthogonalEdgeStyle;fontSize=12;html=1;endArrow=ERmany;startArrow=ERone;rounded=0;exitX=0;exitY=0.5;exitDx=0;exitDy=0;entryX=1;entryY=0.5;entryDx=0;entryDy=0;" parent="1" source="4" target="20" edge="1">
                    <mxGeometry relative="1" as="geometry"/>
                </mxCell>
                <mxCell id="23" value="dim_currency" style="shape=table;startSize=30;container=1;collapsible=1;childLayout=tableLayout;fixedRows=1;rowLines=0;fontStyle=1;align=center;resizeLast=1;html=1;whiteSpace=wrap;" parent="1" vertex="1">
                    <mxGeometry x="160" y="720" width="320" height="90" as="geometry"/>
                </mxCell>
                <mxCell id="24" value="" style="shape=tableRow;horizontal=0;startSize=0;swimlaneHead=0;swimlaneBody=0;fillColor=none;collapsible=0;dropTarget=0;points=[[0,0.5],[1,0.5]];portConstraint=eastwest;top=0;left=0;right=0;bottom=1;html=1;" parent="23" vertex="1">
                    <mxGeometry y="30" width="320" height="30" as="geometry"/>
                </mxCell>
                <mxCell id="25" value="PK" style="shape=partialRectangle;connectable=0;fillColor=none;top=0;left=0;bottom=0;right=0;fontStyle=1;overflow=hidden;html=1;whiteSpace=wrap;" parent="24" vertex="1">
                    <mxGeometry width="60" height="30" as="geometry">
                        <mxRectangle width="60" height="30" as="alternateBounds"/>
                    </mxGeometry>
                </mxCell>
                <mxCell id="26" value="currency: varchar(10)" style="shape=partialRectangle;connectable=0;fillColor=none;top=0;left=0;bottom=0;right=0;align=left;spacingLeft=6;fontStyle=5;overflow=hidden;html=1;whiteSpace=wrap;" parent="24" vertex="1">
                    <mxGeometry x="60" width="260" height="30" as="geometry">
                        <mxRectangle width="260" height="30" as="alternateBounds"/>
                    </mxGeometry>
                </mxCell>
                <mxCell id="27" value="" style="shape=tableRow;horizontal=0;startSize=0;swimlaneHead=0;swimlaneBody=0;fillColor=none;collapsible=0;dropTarget=0;points=[[0,0.5],[1,0.5]];portConstraint=eastwest;top=0;left=0;right=0;bottom=0;html=1;" parent="23" vertex="1">
                    <mxGeometry y="60" width="320" height="30" as="geometry"/>
                </mxCell>
                <mxCell id="28" value="" style="shape=partialRectangle;connectable=0;fillColor=none;top=0;left=0;bottom=0;right=0;editable=1;overflow=hidden;html=1;whiteSpace=wrap;" parent="27" vertex="1">
                    <mxGeometry width="60" height="30" as="geometry">
                        <mxRectangle width="60" height="30" as="alternateBounds"/>
                    </mxGeometry>
                </mxCell>
                <mxCell id="29" value="&lt;span style=&quot;white-space: nowrap;&quot;&gt;description : varchar(100)&lt;/span&gt;" style="shape=partialRectangle;connectable=0;fillColor=none;top=0;left=0;bottom=0;right=0;align=left;spacingLeft=6;overflow=hidden;html=1;whiteSpace=wrap;" parent="27" vertex="1">
                    <mxGeometry x="60" width="260" height="30" as="geometry">
                        <mxRectangle width="260" height="30" as="alternateBounds"/>
                    </mxGeometry>
                </mxCell>
                <mxCell id="30" value="1" style="edgeStyle=orthogonalEdgeStyle;fontSize=12;html=1;endArrow=ERmany;startArrow=ERone;rounded=0;exitX=1;exitY=0.5;exitDx=0;exitDy=0;entryX=1;entryY=0.5;entryDx=0;entryDy=0;" parent="1" source="24" edge="1" target="dbz_row_currency">
                    <mxGeometry relative="1" as="geometry">
                        <mxPoint x="30" y="590" as="targetPoint"/>
                        <Array as="points">
                            <mxPoint x="520" y="765"/>
                            <mxPoint x="520" y="455"/>
                        </Array>
                    </mxGeometry>
                </mxCell>
            </root>
        </mxGraphModel>
    </diagram>
</mxfile>